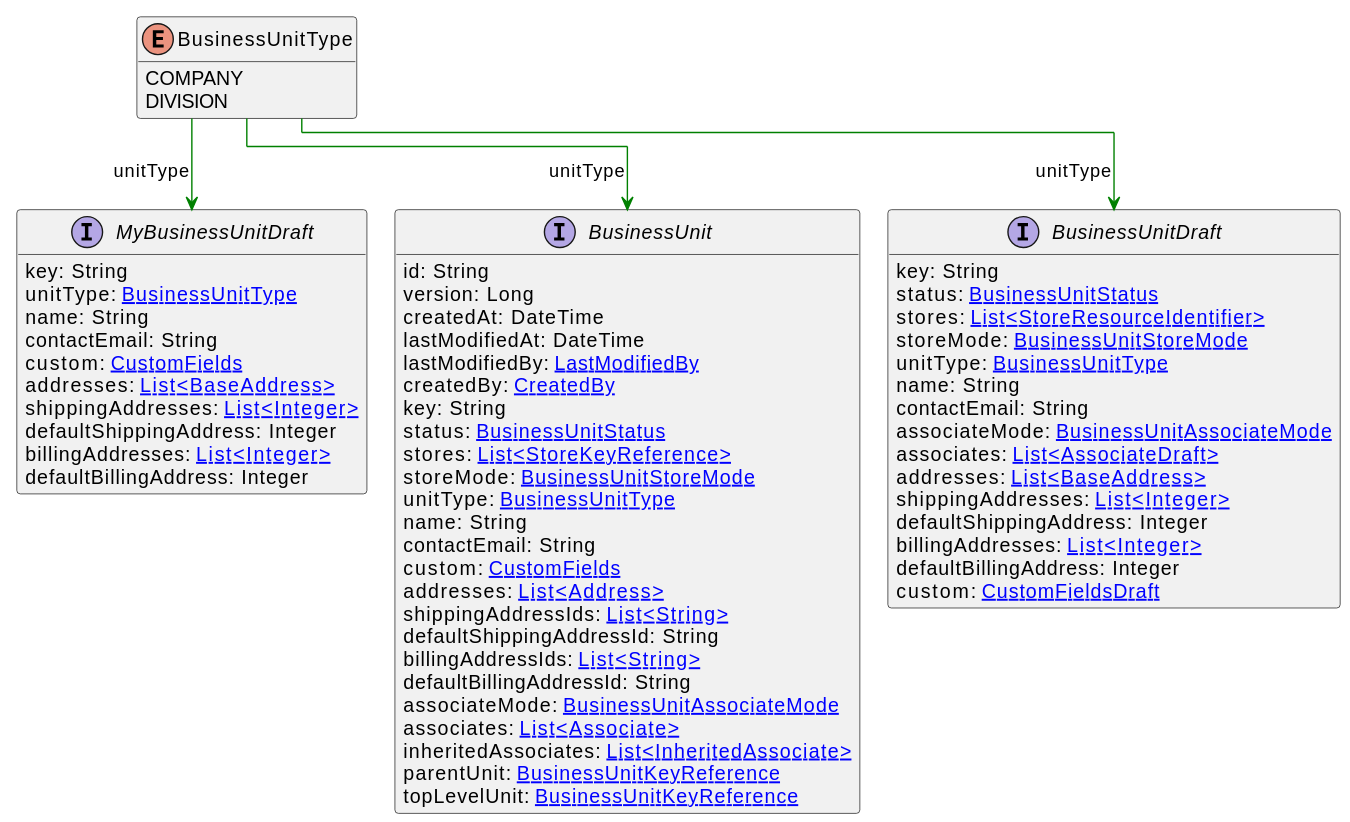
Above: uml/api/svg/BusinessUnitType.svg in commercetools/commercetools-api-reference (PlantUML), before the change.
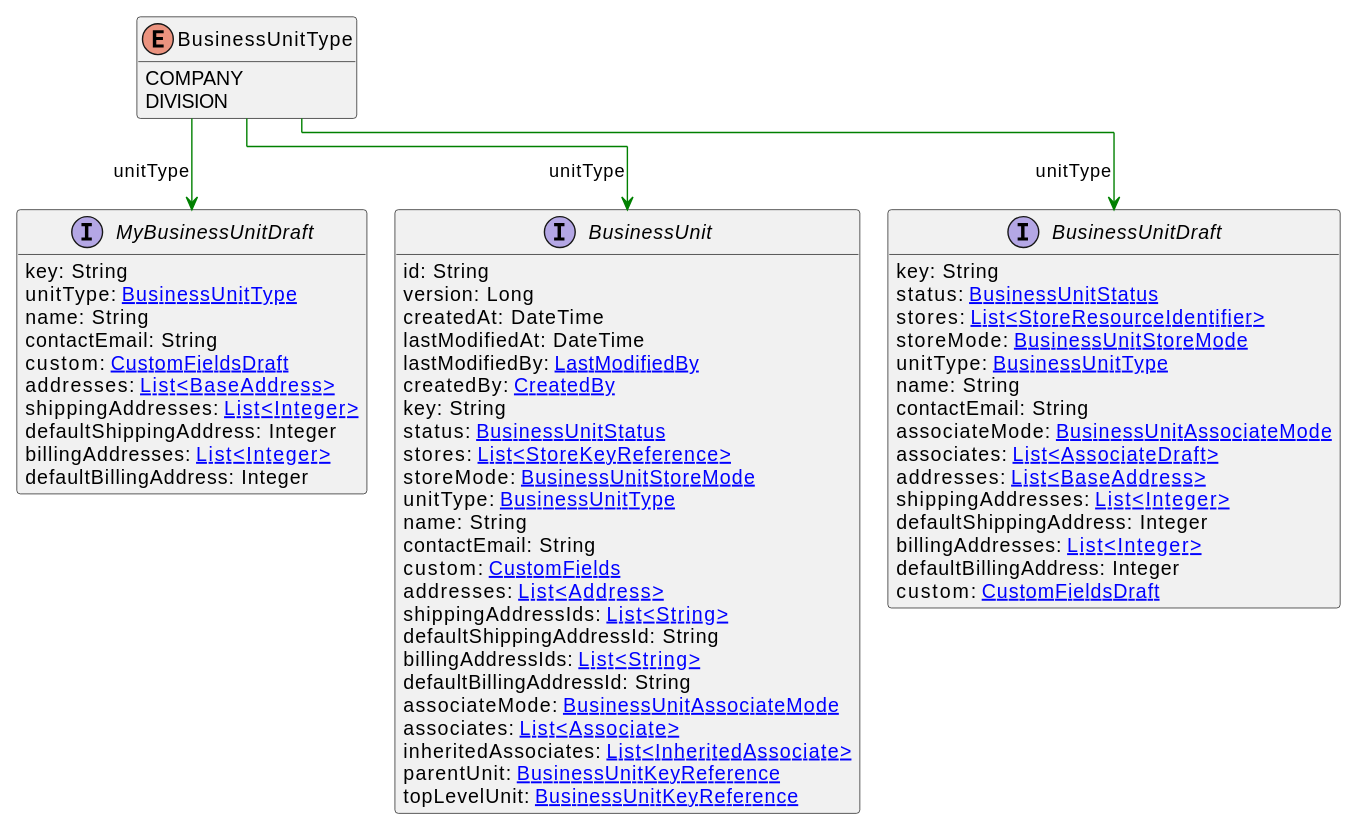
The same file after the commit.

The edit, as a diff of the source:
```diff
@@ -53,7 +53,7 @@
     unitType: [[BusinessUnitType.svg BusinessUnitType]]
     name: String
     contactEmail: String
-    custom: [[CustomFields.svg CustomFields]]
+    custom: [[CustomFieldsDraft.svg CustomFieldsDraft]]
     addresses: [[BaseAddress.svg List<BaseAddress>]]
     shippingAddresses: [[Integer.svg List<Integer>]]
     defaultShippingAddress: Integer
```
